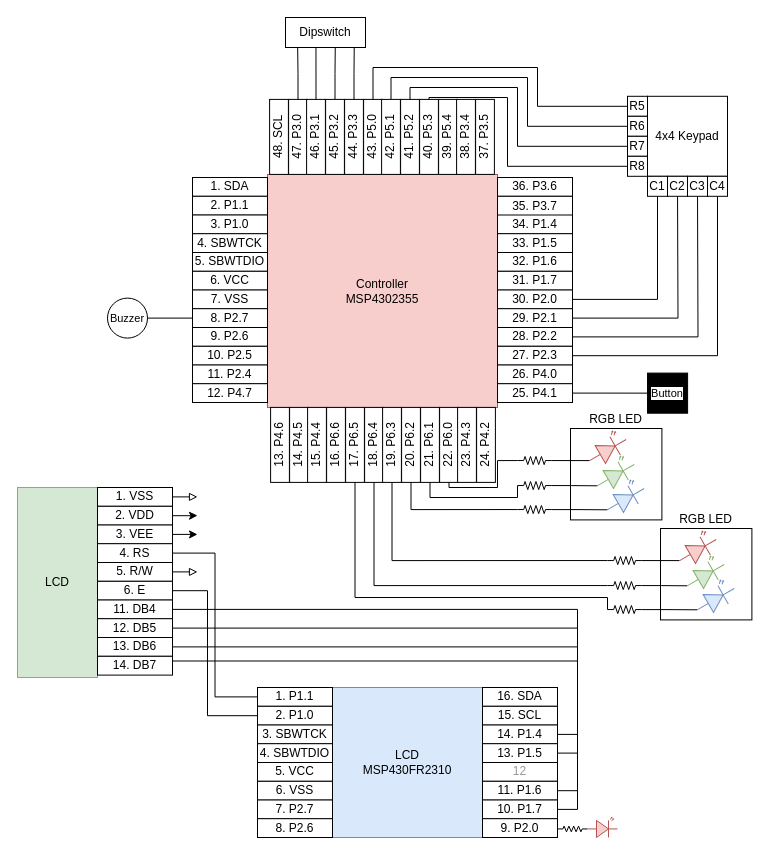
Earlier version of the draw.io diagram page "circuit_diagram" (3 of 3) of docs/assets/final_project_concept.drawio (msu-eele-465/final-project-rlm2002). Source tidied: cells renumbered, new cells numbered last; positions are measured from the earlier drawing's top-left corner, leaving out a move shared by most shapes. Both pictures are drawn from the tidied source at 100%, with x=0, y=0 at pixel (17, 17).
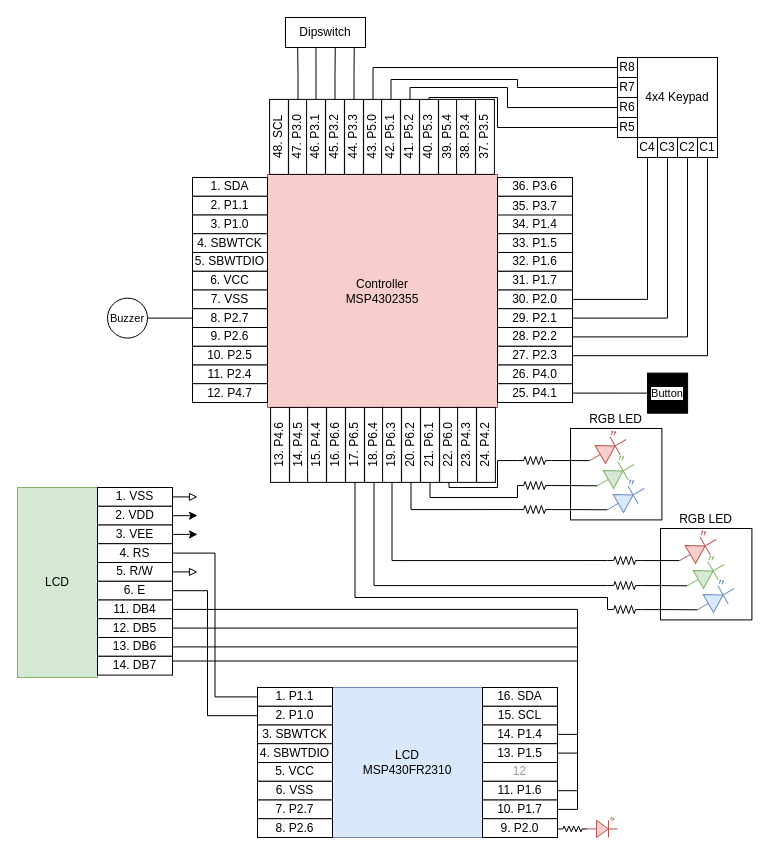
After the change.

Unchanged cells that the change refers to:
```xml
<mxCell id="77" value="30. P2.0" style="rounded=0;whiteSpace=wrap;html=1;" parent="1" vertex="1">
  <mxGeometry x="480" y="272.5" width="75" height="18.8" as="geometry" />
</mxCell>
<mxCell id="79" value="29. P2.1" style="rounded=0;whiteSpace=wrap;html=1;" parent="1" vertex="1">
  <mxGeometry x="480" y="291.2" width="75" height="18.8" as="geometry" />
</mxCell>
<mxCell id="81" value="28. P2.2" style="rounded=0;whiteSpace=wrap;html=1;" parent="1" vertex="1">
  <mxGeometry x="480" y="310" width="75" height="18.8" as="geometry" />
</mxCell>
<mxCell id="83" value="27. P2.3" style="rounded=0;whiteSpace=wrap;html=1;" parent="1" vertex="1">
  <mxGeometry x="480" y="328.8" width="75" height="18.8" as="geometry" />
</mxCell>
<mxCell id="93" value="43. P5.0" style="rounded=0;whiteSpace=wrap;html=1;rotation=-90;" parent="87" vertex="1">
  <mxGeometry x="-9" y="103" width="75" height="18.8" as="geometry" />
</mxCell>
<mxCell id="94" value="42. P5.1" style="rounded=0;whiteSpace=wrap;html=1;rotation=-90;" parent="87" vertex="1">
  <mxGeometry x="9" y="103" width="75" height="18.8" as="geometry" />
</mxCell>
<mxCell id="95" value="41. P5.2" style="rounded=0;whiteSpace=wrap;html=1;rotation=-90;" parent="87" vertex="1">
  <mxGeometry x="28" y="103" width="75" height="18.8" as="geometry" />
</mxCell>
<mxCell id="96" value="40. P5.3" style="rounded=0;whiteSpace=wrap;html=1;rotation=-90;" parent="87" vertex="1">
  <mxGeometry x="47" y="103" width="75" height="18.8" as="geometry" />
</mxCell>
```

Diff of the diagram source:
```diff
@@
-    <mxCell id="76" style="edgeStyle=orthogonalEdgeStyle;shape=connector;rounded=0;jettySize=auto;html=1;exitX=1;exitY=0.5;exitDx=0;exitDy=0;strokeColor=default;align=center;verticalAlign=middle;fontFamily=Helvetica;fontSize=11;fontColor=default;labelBackgroundColor=default;startFill=0;endArrow=none;entryX=0.5;entryY=1;entryDx=0;entryDy=0;" parent="1" edge="1" source="77" target="108">
-      <mxGeometry relative="1" as="geometry" />
-    </mxCell>
@@
-    <mxCell id="78" style="edgeStyle=orthogonalEdgeStyle;shape=connector;rounded=0;jettySize=auto;html=1;exitX=1;exitY=0.5;exitDx=0;exitDy=0;strokeColor=default;align=center;verticalAlign=middle;fontFamily=Helvetica;fontSize=11;fontColor=default;labelBackgroundColor=default;startFill=0;endArrow=none;" parent="1" edge="1" source="79">
-      <mxGeometry relative="1" as="geometry">
-        <mxPoint x="660" y="170" as="targetPoint" />
-      </mxGeometry>
-    </mxCell>
@@
-    <mxCell id="80" style="edgeStyle=orthogonalEdgeStyle;shape=connector;rounded=0;jettySize=auto;html=1;exitX=1;exitY=0.5;exitDx=0;exitDy=0;strokeColor=default;align=center;verticalAlign=middle;fontFamily=Helvetica;fontSize=11;fontColor=default;labelBackgroundColor=default;startFill=0;endArrow=none;" parent="1" edge="1" source="81">
-      <mxGeometry relative="1" as="geometry">
-        <mxPoint x="680" y="170" as="targetPoint" />
-      </mxGeometry>
-    </mxCell>
@@
-    <mxCell id="82" style="edgeStyle=orthogonalEdgeStyle;shape=connector;rounded=0;jettySize=auto;html=1;exitX=1;exitY=0.5;exitDx=0;exitDy=0;strokeColor=default;align=center;verticalAlign=middle;fontFamily=Helvetica;fontSize=11;fontColor=default;labelBackgroundColor=default;startFill=0;endArrow=none;" parent="1" edge="1" source="83" target="109">
-      <mxGeometry relative="1" as="geometry" />
-    </mxCell>
+    <mxCell id="150" style="edgeStyle=orthogonalEdgeStyle;shape=connector;rounded=0;jumpStyle=arc;jettySize=auto;html=1;exitX=1;exitY=0.5;exitDx=0;exitDy=0;strokeColor=default;align=center;verticalAlign=middle;fontFamily=Helvetica;fontSize=11;fontColor=default;labelBackgroundColor=default;startFill=0;endArrow=none;entryX=0.5;entryY=1;entryDx=0;entryDy=0;" parent="1" edge="1" source="83" target="108">
+      <mxGeometry relative="1" as="geometry" />
+    </mxCell>
@@
     <mxCell id="100" style="group;" parent="1" vertex="1">
-      <mxGeometry x="610" y="78.8" width="100" height="100" as="geometry" />
+      <mxGeometry x="600" y="40" width="100" height="100" as="geometry" />
     </mxCell>
@@
+    <mxCell id="109" value="C4" style="whiteSpace=wrap;html=1;" parent="100" vertex="1">
+      <mxGeometry x="20" y="80" width="20" height="20" as="geometry" />
+    </mxCell>
+    <mxCell id="103" value="C3" style="whiteSpace=wrap;html=1;" parent="100" vertex="1">
+      <mxGeometry x="40" y="80" width="20" height="20" as="geometry" />
+    </mxCell>
     <mxCell id="102" value="C2" style="whiteSpace=wrap;html=1;" parent="100" vertex="1">
-      <mxGeometry x="40" y="80" width="20" height="20" as="geometry" />
+      <mxGeometry x="60" y="80" width="20" height="20" as="geometry" />
     </mxCell>
-    <mxCell id="103" value="C3" style="whiteSpace=wrap;html=1;" parent="100" vertex="1">
-      <mxGeometry x="60" y="80" width="20" height="20" as="geometry" />
-    </mxCell>
+    <mxCell id="108" value="C1" style="whiteSpace=wrap;html=1;" parent="100" vertex="1">
+      <mxGeometry x="80" y="80" width="20" height="20" as="geometry" />
+    </mxCell>
     <mxCell id="104" value="R5" style="whiteSpace=wrap;html=1;" parent="100" vertex="1">
-      <mxGeometry width="20" height="20" as="geometry" />
+      <mxGeometry y="60" width="20" height="20" as="geometry" />
     </mxCell>
     <mxCell id="105" value="R6" style="whiteSpace=wrap;html=1;" parent="100" vertex="1">
-      <mxGeometry y="20" width="20" height="20" as="geometry" />
+      <mxGeometry y="40" width="20" height="20" as="geometry" />
     </mxCell>
+    <mxCell id="107" value="R8" style="whiteSpace=wrap;html=1;" parent="100" vertex="1">
+      <mxGeometry width="20" height="20" as="geometry" />
+    </mxCell>
     <mxCell id="106" value="R7" style="whiteSpace=wrap;html=1;" parent="100" vertex="1">
-      <mxGeometry y="40" width="20" height="20" as="geometry" />
+      <mxGeometry y="20" width="20" height="20" as="geometry" />
     </mxCell>
-    <mxCell id="107" value="R8" style="whiteSpace=wrap;html=1;" parent="100" vertex="1">
-      <mxGeometry y="60" width="20" height="20" as="geometry" />
-    </mxCell>
-    <mxCell id="108" value="C1" style="whiteSpace=wrap;html=1;" parent="100" vertex="1">
-      <mxGeometry x="20" y="80" width="20" height="20" as="geometry" />
-    </mxCell>
-    <mxCell id="109" value="C4" style="whiteSpace=wrap;html=1;" parent="100" vertex="1">
-      <mxGeometry x="80" y="80" width="20" height="20" as="geometry" />
-    </mxCell>
-    <mxCell id="110" style="edgeStyle=orthogonalEdgeStyle;rounded=0;jettySize=auto;html=1;exitX=1;exitY=0.5;exitDx=0;exitDy=0;entryX=0;entryY=0.5;entryDx=0;entryDy=0;endArrow=none;startFill=0;" parent="1" edge="1" source="93" target="104">
-      <mxGeometry relative="1" as="geometry">
-        <Array as="points">
-          <mxPoint x="356" y="50" />
-          <mxPoint x="520" y="50" />
-          <mxPoint x="520" y="89" />
-        </Array>
-      </mxGeometry>
-    </mxCell>
-    <mxCell id="111" style="edgeStyle=orthogonalEdgeStyle;rounded=0;jettySize=auto;html=1;exitX=1;exitY=0.5;exitDx=0;exitDy=0;entryX=0;entryY=0.5;entryDx=0;entryDy=0;endArrow=none;startFill=0;" parent="1" edge="1" source="94" target="105">
-      <mxGeometry relative="1" as="geometry">
-        <Array as="points">
-          <mxPoint x="374" y="60" />
-          <mxPoint x="510" y="60" />
-          <mxPoint x="510" y="109" />
-        </Array>
-      </mxGeometry>
-    </mxCell>
-    <mxCell id="112" style="edgeStyle=orthogonalEdgeStyle;rounded=0;jettySize=auto;html=1;exitX=1;exitY=0.5;exitDx=0;exitDy=0;entryX=0;entryY=0.5;entryDx=0;entryDy=0;endArrow=none;startFill=0;" parent="1" edge="1" source="95" target="106">
-      <mxGeometry relative="1" as="geometry">
-        <Array as="points">
-          <mxPoint x="393" y="70" />
-          <mxPoint x="500" y="70" />
-          <mxPoint x="500" y="129" />
-        </Array>
-      </mxGeometry>
-    </mxCell>
-    <mxCell id="113" style="edgeStyle=orthogonalEdgeStyle;shape=connector;rounded=0;jettySize=auto;html=1;exitX=1;exitY=0.5;exitDx=0;exitDy=0;entryX=0;entryY=0.5;entryDx=0;entryDy=0;strokeColor=default;align=center;verticalAlign=middle;fontFamily=Helvetica;fontSize=11;fontColor=default;labelBackgroundColor=default;startFill=0;endArrow=none;" parent="1" edge="1" source="96" target="107">
-      <mxGeometry relative="1" as="geometry">
-        <Array as="points">
-          <mxPoint x="412" y="80" />
-          <mxPoint x="490" y="80" />
-          <mxPoint x="490" y="149" />
-        </Array>
-      </mxGeometry>
-    </mxCell>
@@
+    <mxCell id="151" style="edgeStyle=orthogonalEdgeStyle;rounded=0;jettySize=auto;html=1;exitX=1;exitY=0.5;exitDx=0;exitDy=0;entryX=0;entryY=0.5;entryDx=0;entryDy=0;endArrow=none;startFill=0;jumpStyle=arc;" parent="1" edge="1" source="93" target="107">
+      <mxGeometry relative="1" as="geometry" />
+    </mxCell>
+    <mxCell id="152" style="edgeStyle=orthogonalEdgeStyle;shape=connector;rounded=0;jumpStyle=arc;jettySize=auto;html=1;exitX=1;exitY=0.5;exitDx=0;exitDy=0;entryX=0;entryY=0.5;entryDx=0;entryDy=0;strokeColor=default;align=center;verticalAlign=middle;fontFamily=Helvetica;fontSize=11;fontColor=default;labelBackgroundColor=default;startFill=0;endArrow=none;" parent="1" edge="1" source="94" target="106">
+      <mxGeometry relative="1" as="geometry">
+        <Array as="points">
+          <mxPoint x="374" y="62" />
+          <mxPoint x="500" y="62" />
+          <mxPoint x="500" y="70" />
+        </Array>
+      </mxGeometry>
+    </mxCell>
+    <mxCell id="153" style="edgeStyle=orthogonalEdgeStyle;shape=connector;rounded=0;jumpStyle=arc;jettySize=auto;html=1;exitX=1;exitY=0.5;exitDx=0;exitDy=0;entryX=0;entryY=0.5;entryDx=0;entryDy=0;strokeColor=default;align=center;verticalAlign=middle;fontFamily=Helvetica;fontSize=11;fontColor=default;labelBackgroundColor=default;startFill=0;endArrow=none;" parent="1" edge="1" source="95" target="105">
+      <mxGeometry relative="1" as="geometry">
+        <Array as="points">
+          <mxPoint x="392" y="70" />
+          <mxPoint x="490" y="70" />
+          <mxPoint x="490" y="90" />
+        </Array>
+      </mxGeometry>
+    </mxCell>
+    <mxCell id="154" style="edgeStyle=orthogonalEdgeStyle;shape=connector;rounded=0;jumpStyle=arc;jettySize=auto;html=1;exitX=1;exitY=0.5;exitDx=0;exitDy=0;entryX=0;entryY=0.5;entryDx=0;entryDy=0;strokeColor=default;align=center;verticalAlign=middle;fontFamily=Helvetica;fontSize=11;fontColor=default;labelBackgroundColor=default;startFill=0;endArrow=none;" parent="1" edge="1" source="96" target="104">
+      <mxGeometry relative="1" as="geometry">
+        <Array as="points">
+          <mxPoint x="412" y="80" />
+          <mxPoint x="480" y="80" />
+          <mxPoint x="480" y="110" />
+        </Array>
+      </mxGeometry>
+    </mxCell>
+    <mxCell id="155" style="edgeStyle=orthogonalEdgeStyle;shape=connector;rounded=0;jumpStyle=arc;jettySize=auto;html=1;exitX=0.5;exitY=1;exitDx=0;exitDy=0;entryX=1;entryY=0.5;entryDx=0;entryDy=0;strokeColor=default;align=center;verticalAlign=middle;fontFamily=Helvetica;fontSize=11;fontColor=default;labelBackgroundColor=default;startFill=0;endArrow=none;" parent="1" edge="1" source="109" target="77">
+      <mxGeometry relative="1" as="geometry" />
+    </mxCell>
+    <mxCell id="156" style="edgeStyle=orthogonalEdgeStyle;shape=connector;rounded=0;jumpStyle=arc;jettySize=auto;html=1;exitX=0.5;exitY=1;exitDx=0;exitDy=0;entryX=1;entryY=0.5;entryDx=0;entryDy=0;strokeColor=default;align=center;verticalAlign=middle;fontFamily=Helvetica;fontSize=11;fontColor=default;labelBackgroundColor=default;startFill=0;endArrow=none;" parent="1" edge="1" source="103" target="79">
+      <mxGeometry relative="1" as="geometry" />
+    </mxCell>
+    <mxCell id="157" style="edgeStyle=orthogonalEdgeStyle;shape=connector;rounded=0;jumpStyle=arc;jettySize=auto;html=1;exitX=0.5;exitY=1;exitDx=0;exitDy=0;entryX=1;entryY=0.5;entryDx=0;entryDy=0;strokeColor=default;align=center;verticalAlign=middle;fontFamily=Helvetica;fontSize=11;fontColor=default;labelBackgroundColor=default;startFill=0;endArrow=none;" parent="1" edge="1" source="102" target="81">
+      <mxGeometry relative="1" as="geometry" />
+    </mxCell>
```
